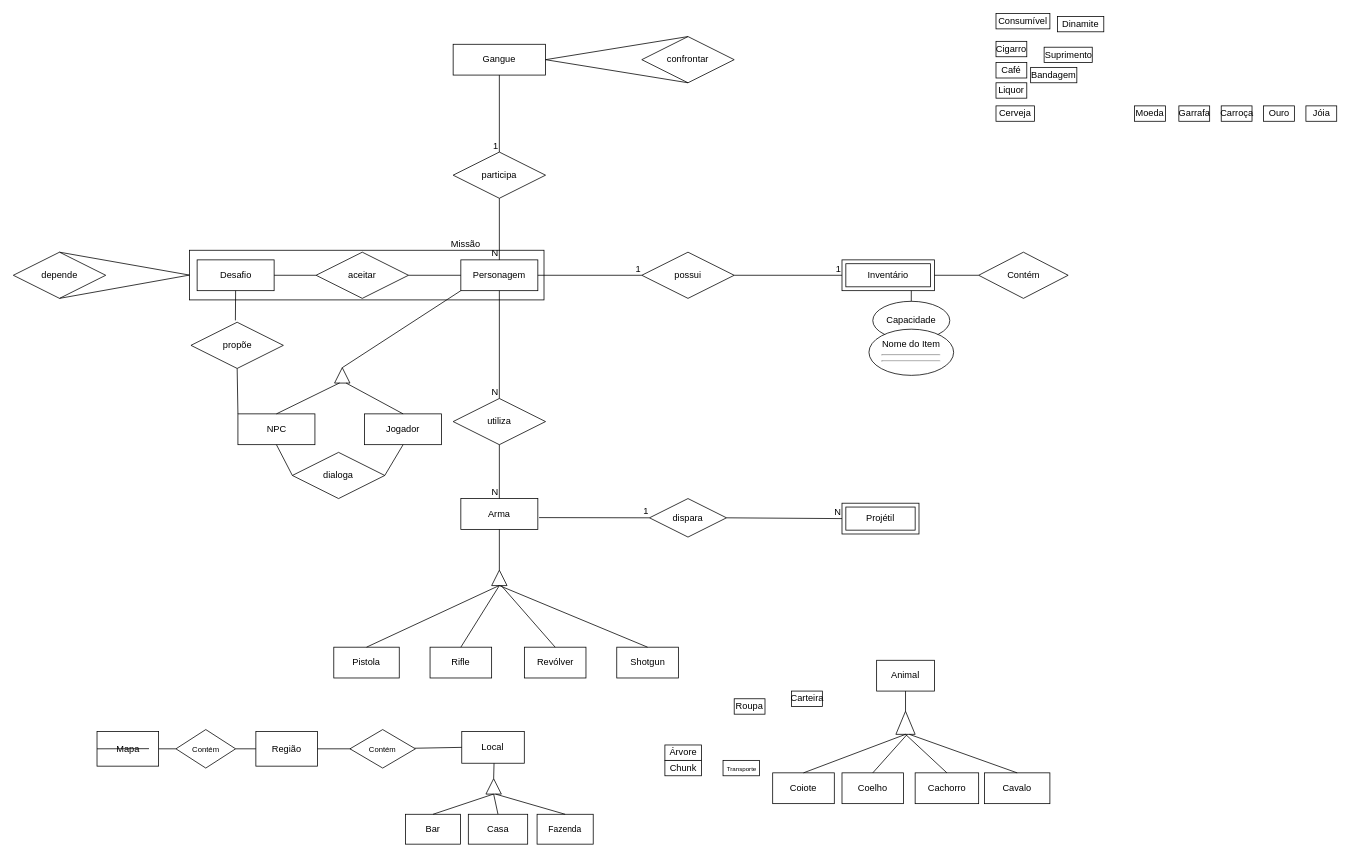
Above: assets/img/Untitled Diagram.drawio in SBD1/2024.1-Red_Dead_Redemption2 (draw.io), before the change. Source tidied: cells renumbered, new cells numbered last; positions are measured from the earlier drawing's top-left corner, leaving out a move shared by most shapes. Both pictures are drawn from the tidied source at 77%, with x=0, y=0 at pixel (13, 13).
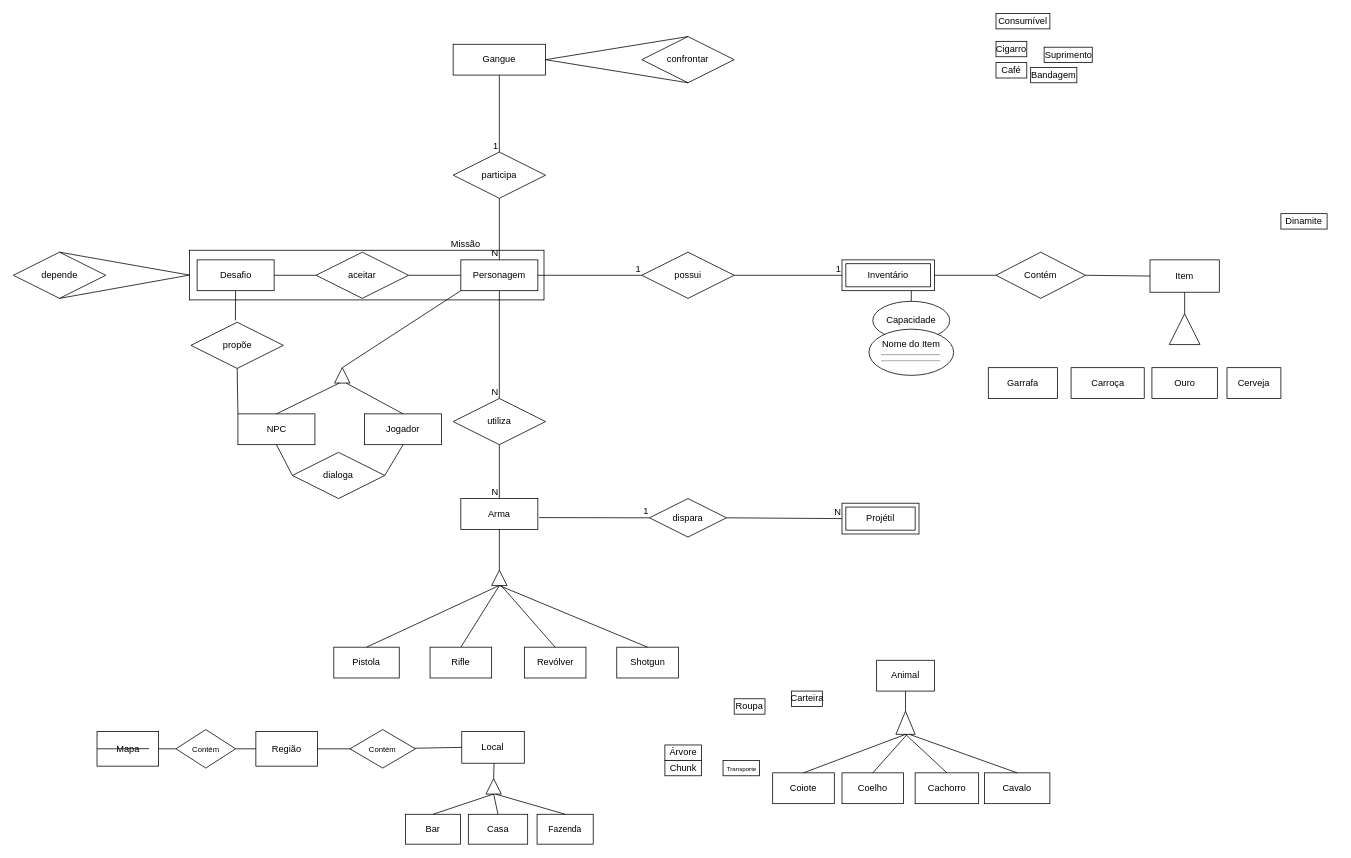
The same diagram, later.

Change to the diagram source:
```diff
@@
     <mxCell id="7" value="Ouro" style="whiteSpace=wrap;html=1;" parent="1" vertex="1">
-      <mxGeometry x="1623.5" y="120" width="40" height="20" as="geometry" />
+      <mxGeometry x="1478.5" y="460" width="85" height="40" as="geometry" />
     </mxCell>
@@
     <mxCell id="10" value="Garrafa" style="whiteSpace=wrap;html=1;" parent="1" vertex="1">
-      <mxGeometry x="1513.5" y="120" width="40" height="20" as="geometry" />
+      <mxGeometry x="1266" y="460" width="90" height="40" as="geometry" />
     </mxCell>
     <mxCell id="11" value="Dinamite" style="whiteSpace=wrap;html=1;" parent="1" vertex="1">
-      <mxGeometry x="1356" y="3.8" width="60" height="20" as="geometry" />
+      <mxGeometry x="1646" y="260" width="60" height="20" as="geometry" />
     </mxCell>
-    <mxCell id="12" value="Jóia" style="whiteSpace=wrap;html=1;" parent="1" vertex="1">
-      <mxGeometry x="1678.5" y="120" width="40" height="20" as="geometry" />
-    </mxCell>
@@
     <mxCell id="14" value="Carroça" style="whiteSpace=wrap;html=1;" parent="1" vertex="1">
-      <mxGeometry x="1568.5" y="120" width="40" height="20" as="geometry" />
+      <mxGeometry x="1373.5" y="460" width="95" height="40" as="geometry" />
     </mxCell>
@@
-    <mxCell id="16" value="Moeda" style="whiteSpace=wrap;html=1;" parent="1" vertex="1">
-      <mxGeometry x="1456" y="120" width="40" height="20" as="geometry" />
+    <mxCell id="16" value="Item" style="whiteSpace=wrap;html=1;" parent="1" vertex="1">
+      <mxGeometry x="1476" y="320" width="90" height="42" as="geometry" />
     </mxCell>
@@
-    <mxCell id="20" value="Liquor" style="whiteSpace=wrap;html=1;" parent="1" vertex="1">
-      <mxGeometry x="1276" y="90" width="40" height="20" as="geometry" />
-    </mxCell>
     <mxCell id="21" value="Cerveja" style="whiteSpace=wrap;html=1;" parent="1" vertex="1">
-      <mxGeometry x="1276" y="120" width="50" height="20" as="geometry" />
+      <mxGeometry x="1576" y="460" width="70" height="40" as="geometry" />
     </mxCell>
@@
     <mxCell id="106" value="Contém" style="shape=rhombus;perimeter=rhombusPerimeter;whiteSpace=wrap;html=1;align=center;" parent="1" vertex="1">
-      <mxGeometry x="1253.5" y="310" width="116.2" height="60" as="geometry" />
+      <mxGeometry x="1276" y="310" width="116.2" height="60" as="geometry" />
     </mxCell>
@@
+    <mxCell id="114" style="endArrow=none;html=1;rounded=0;entryX=0;entryY=0.5;entryDx=0;entryDy=0;exitX=1;exitY=0.5;exitDx=0;exitDy=0;" parent="1" edge="1" source="106" target="16">
+      <mxGeometry relative="1" as="geometry" />
+    </mxCell>
@@
+    <mxCell id="115" style="endArrow=none;html=1;rounded=0;entryX=0.5;entryY=1;entryDx=0;entryDy=0;" parent="1" edge="1" target="16">
+      <mxGeometry relative="1" as="geometry">
+        <mxPoint x="1521" y="390" as="sourcePoint" />
+      </mxGeometry>
+    </mxCell>
@@
+    <mxCell id="116" style="triangle;whiteSpace=wrap;html=1;direction=north;" parent="1" vertex="1">
+      <mxGeometry x="1501" y="390" width="40" height="40" as="geometry" />
+    </mxCell>
```
